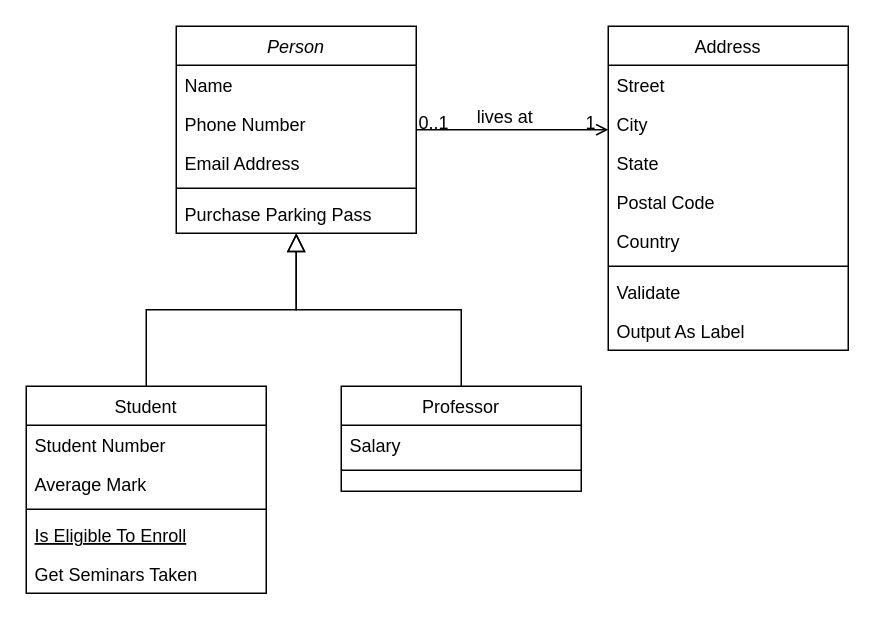
Earlier version of the draw.io diagram Diagramme sans nom.drawio (koko-kee/Agence_immo). Source tidied: cells renumbered, new cells numbered last; positions are measured from the earlier drawing's top-left corner, leaving out a move shared by most shapes. Both pictures are drawn from the tidied source at 150%, with x=0, y=0 at pixel (26, 26).
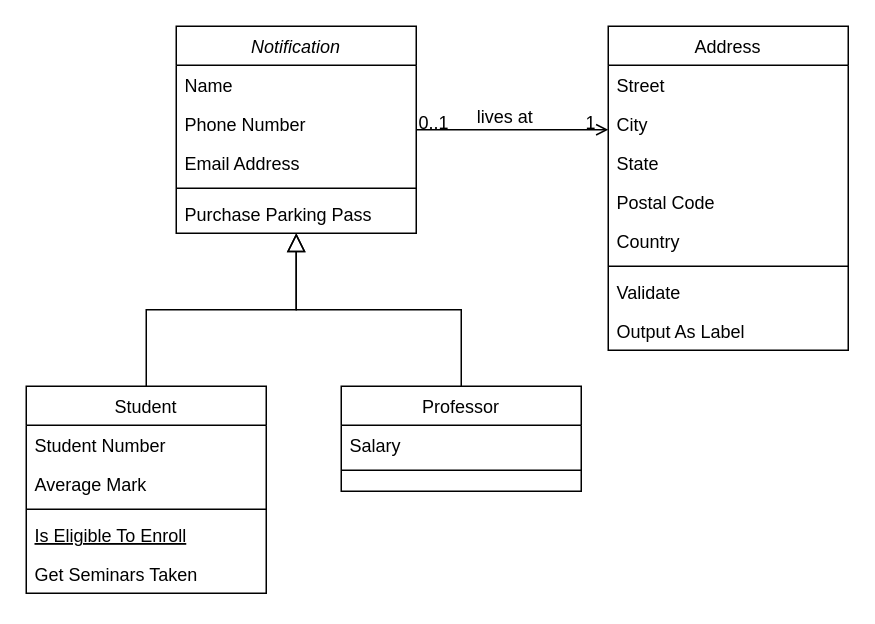
After the change.

Commit message:
MicroServices-Notification

Change to the diagram source:
```diff
@@
-    <mxCell id="2" value="Person" style="swimlane;fontStyle=2;align=center;verticalAlign=top;horizontal=1;startSize=26;rounded=0;shadow=0;strokeWidth=1;" parent="1" vertex="1">
+    <mxCell id="2" value="Notification" style="swimlane;fontStyle=2;align=center;verticalAlign=top;horizontal=1;startSize=26;rounded=0;shadow=0;strokeWidth=1;" parent="1" vertex="1">
       <mxGeometry x="100" width="160" height="138" as="geometry" />
     </mxCell>
```
